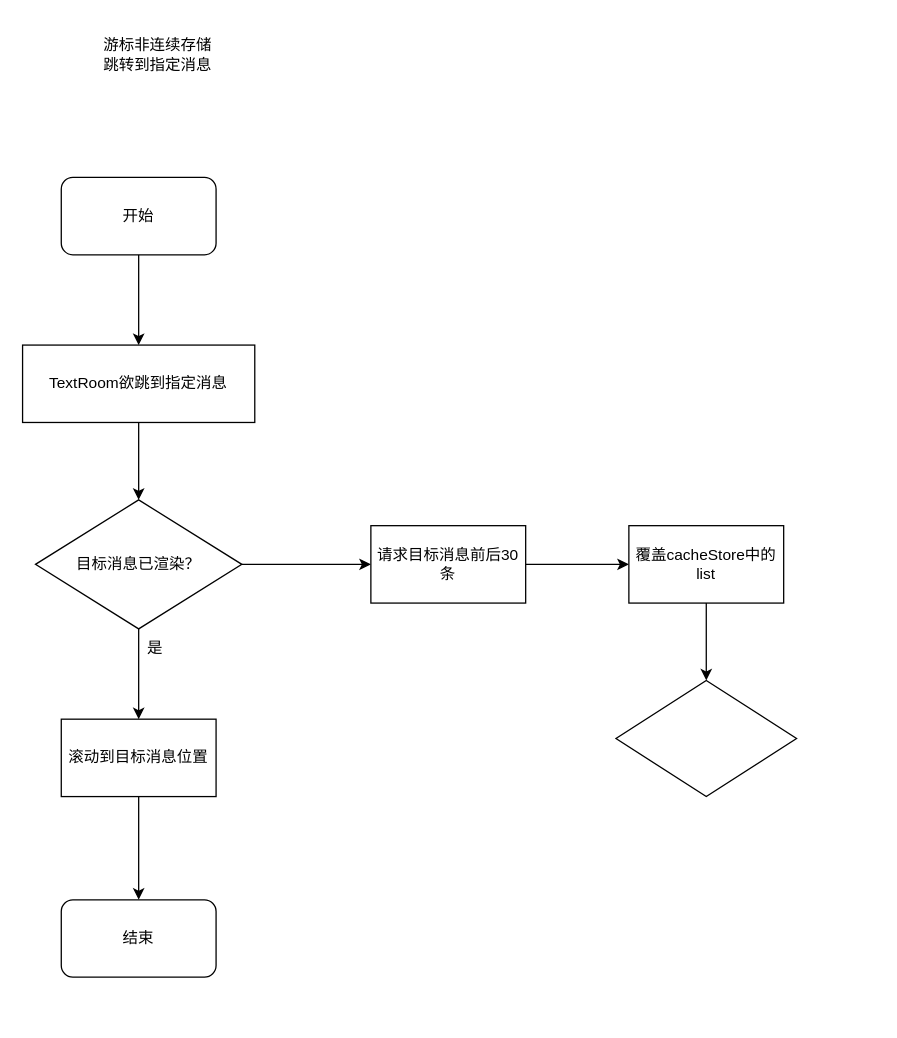
Earlier version of the draw.io diagram 游标非连续存储跳转到指定消息.drawio (ccccccp/draw-io). Source tidied: cells renumbered, new cells numbered last; positions are measured from the earlier drawing's top-left corner, leaving out a move shared by most shapes. Both pictures are drawn from the tidied source at 129%, with x=0, y=0 at pixel (22, 22).
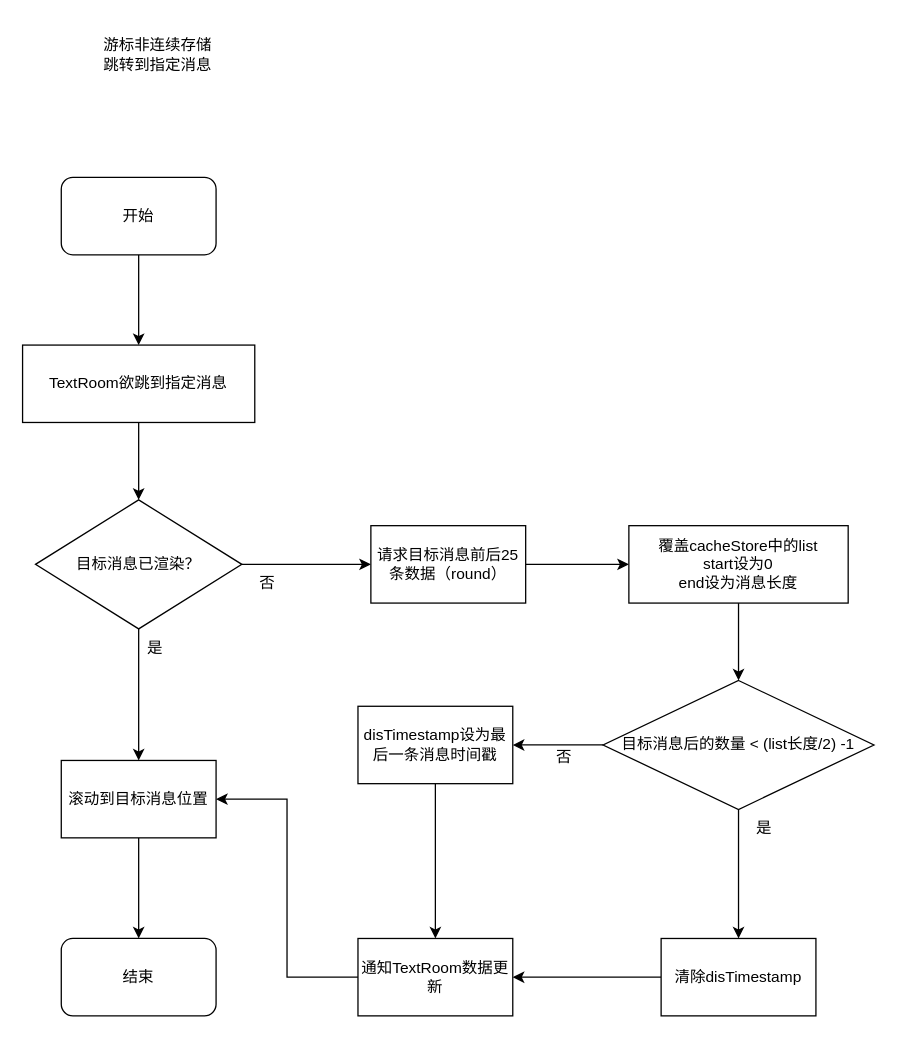
After the change.

Commit message (it also covers changes not shown here):
更新游标非连续存储跳转到指定消息.drawio

What changed in the source:
```diff
@@
     <mxCell id="11" value="滚动到目标消息位置" style="rounded=0;whiteSpace=wrap;html=1;" parent="1" vertex="1">
-      <mxGeometry x="30" y="540" width="120" height="60" as="geometry" />
+      <mxGeometry x="30" y="572" width="120" height="60" as="geometry" />
     </mxCell>
     <mxCell id="12" value="结束" style="whiteSpace=wrap;html=1;rounded=1;" parent="1" vertex="1">
-      <mxGeometry x="30" y="680" width="120" height="60" as="geometry" />
+      <mxGeometry x="30" y="710" width="120" height="60" as="geometry" />
     </mxCell>
@@
-    <mxCell id="15" value="请求目标消息前后30条" style="whiteSpace=wrap;html=1;rounded=0;" parent="1" vertex="1">
+    <mxCell id="15" value="请求目标消息前后25条数据（round）" style="whiteSpace=wrap;html=1;rounded=0;" parent="1" vertex="1">
       <mxGeometry x="270" y="390" width="120" height="60" as="geometry" />
     </mxCell>
@@
-    <mxCell id="17" value="覆盖cacheStore中的list" style="whiteSpace=wrap;html=1;rounded=0;" parent="1" vertex="1">
-      <mxGeometry x="470" y="390" width="120" height="60" as="geometry" />
+    <mxCell id="17" value="覆盖cacheStore中的list&lt;br&gt;start设为0&lt;br&gt;end设为消息长度" style="whiteSpace=wrap;html=1;rounded=0;" parent="1" vertex="1">
+      <mxGeometry x="470" y="390" width="170" height="60" as="geometry" />
     </mxCell>
+    <mxCell id="19" style="edgeStyle=orthogonalEdgeStyle;rounded=0;jettySize=auto;html=1;" parent="1" edge="1" source="18" target="22">
+      <mxGeometry relative="1" as="geometry" />
+    </mxCell>
+    <mxCell id="20" style="edgeStyle=orthogonalEdgeStyle;rounded=0;jettySize=auto;html=1;" parent="1" edge="1" source="18" target="25">
+      <mxGeometry relative="1" as="geometry" />
+    </mxCell>
-    <mxCell id="18" style="rhombus;whiteSpace=wrap;html=1;rounded=0;" parent="1" vertex="1">
-      <mxGeometry x="460" y="510" width="140" height="90" as="geometry" />
+    <mxCell id="18" value="目标消息后的数量 &amp;lt; (list长度/2) -1" style="rhombus;whiteSpace=wrap;html=1;rounded=0;" parent="1" vertex="1">
+      <mxGeometry x="450" y="510" width="210" height="100" as="geometry" />
     </mxCell>
+    <mxCell id="21" style="edgeStyle=orthogonalEdgeStyle;rounded=0;jettySize=auto;html=1;exitX=0;exitY=0.5;exitDx=0;exitDy=0;entryX=1;entryY=0.5;entryDx=0;entryDy=0;" parent="1" edge="1" source="22" target="28">
+      <mxGeometry relative="1" as="geometry" />
+    </mxCell>
+    <mxCell id="22" value="清除disTimestamp" style="whiteSpace=wrap;html=1;rounded=0;" parent="1" vertex="1">
+      <mxGeometry x="495" y="710" width="120" height="60" as="geometry" />
+    </mxCell>
+    <mxCell id="23" value="是" style="text;html=1;whiteSpace=wrap;strokeColor=none;fillColor=none;align=center;verticalAlign=middle;rounded=0;" parent="1" vertex="1">
+      <mxGeometry x="545" y="610" width="60" height="30" as="geometry" />
+    </mxCell>
+    <mxCell id="24" style="edgeStyle=orthogonalEdgeStyle;rounded=0;jettySize=auto;html=1;exitX=0.5;exitY=1;exitDx=0;exitDy=0;entryX=0.5;entryY=0;entryDx=0;entryDy=0;" parent="1" edge="1" source="25" target="28">
+      <mxGeometry relative="1" as="geometry" />
+    </mxCell>
+    <mxCell id="25" value="disTimestamp设为最后一条消息时间戳" style="whiteSpace=wrap;html=1;rounded=0;" parent="1" vertex="1">
+      <mxGeometry x="260" y="530" width="120" height="60" as="geometry" />
+    </mxCell>
+    <mxCell id="26" value="否" style="text;html=1;whiteSpace=wrap;strokeColor=none;fillColor=none;align=center;verticalAlign=middle;rounded=0;" parent="1" vertex="1">
+      <mxGeometry x="390" y="555" width="60" height="30" as="geometry" />
+    </mxCell>
+    <mxCell id="27" style="edgeStyle=orthogonalEdgeStyle;rounded=0;jettySize=auto;html=1;exitX=0;exitY=0.5;exitDx=0;exitDy=0;entryX=1;entryY=0.5;entryDx=0;entryDy=0;" parent="1" edge="1" source="28" target="11">
+      <mxGeometry relative="1" as="geometry" />
+    </mxCell>
+    <mxCell id="28" value="通知TextRoom数据更新" style="rounded=0;whiteSpace=wrap;html=1;" parent="1" vertex="1">
+      <mxGeometry x="260" y="710" width="120" height="60" as="geometry" />
+    </mxCell>
+    <mxCell id="29" value="否" style="text;html=1;whiteSpace=wrap;strokeColor=none;fillColor=none;align=center;verticalAlign=middle;rounded=0;" parent="1" vertex="1">
+      <mxGeometry x="160" y="420" width="60" height="30" as="geometry" />
+    </mxCell>
```
